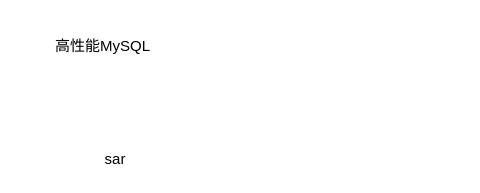
Earlier version of the draw.io diagram Trick.drawio (haoboliu66/Diagram). Source tidied: cells renumbered, new cells numbered last; positions are measured from the earlier drawing's top-left corner, leaving out a move shared by most shapes. Both pictures are drawn from the tidied source at 125%, with x=0, y=0 at pixel (21, 21).
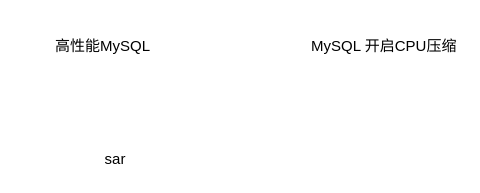
The same diagram, later.

Change to the diagram source:
```diff
@@
 <mxGraphModel>
   <root>
     <mxCell id="0" />
     <mxCell id="1" parent="0" />
     <mxCell id="2" value="sar" style="text;html=1;strokeColor=none;fillColor=none;align=center;verticalAlign=middle;whiteSpace=wrap;rounded=0;" parent="1" vertex="1">
       <mxGeometry x="50" y="100" width="50" height="20" as="geometry" />
     </mxCell>
     <mxCell id="3" value="高性能MySQL" style="text;html=1;strokeColor=none;fillColor=none;align=center;verticalAlign=middle;whiteSpace=wrap;rounded=0;" parent="1" vertex="1">
       <mxGeometry width="130" height="40" as="geometry" />
     </mxCell>
+    <mxCell id="4" value="MySQL 开启CPU压缩" style="text;html=1;strokeColor=none;fillColor=none;align=center;verticalAlign=middle;whiteSpace=wrap;rounded=0;" parent="1" vertex="1">
+      <mxGeometry x="230" y="5" width="120" height="30" as="geometry" />
+    </mxCell>
   </root>
 </mxGraphModel>
```
